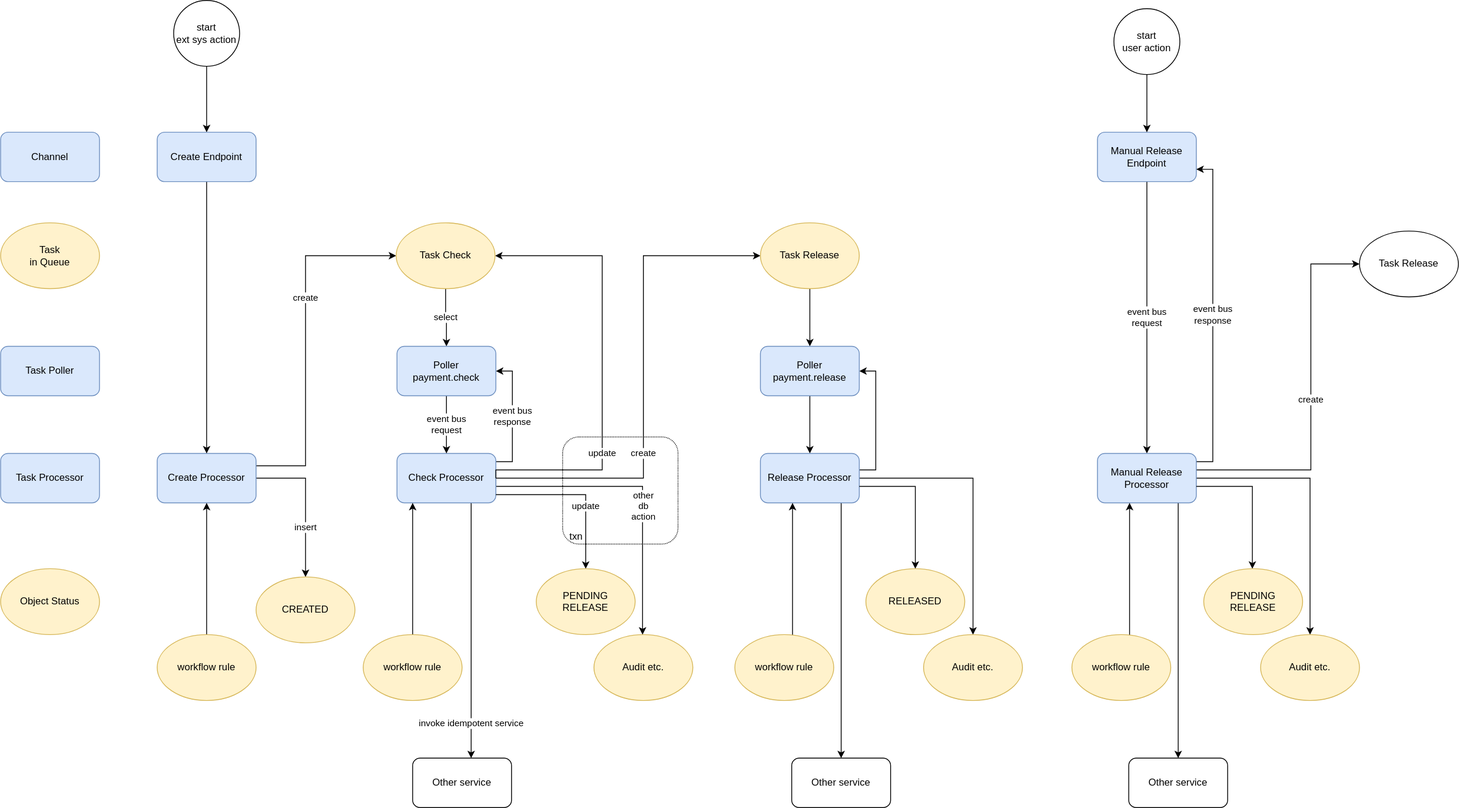
The draw.io diagram workflow-engine.drawio.svg in colinzhu/colinzhu.github.io, before a commit. Source tidied: cells renumbered, new cells last; positions are measured from the earlier drawing's top-left corner, leaving out a move shared by most shapes.
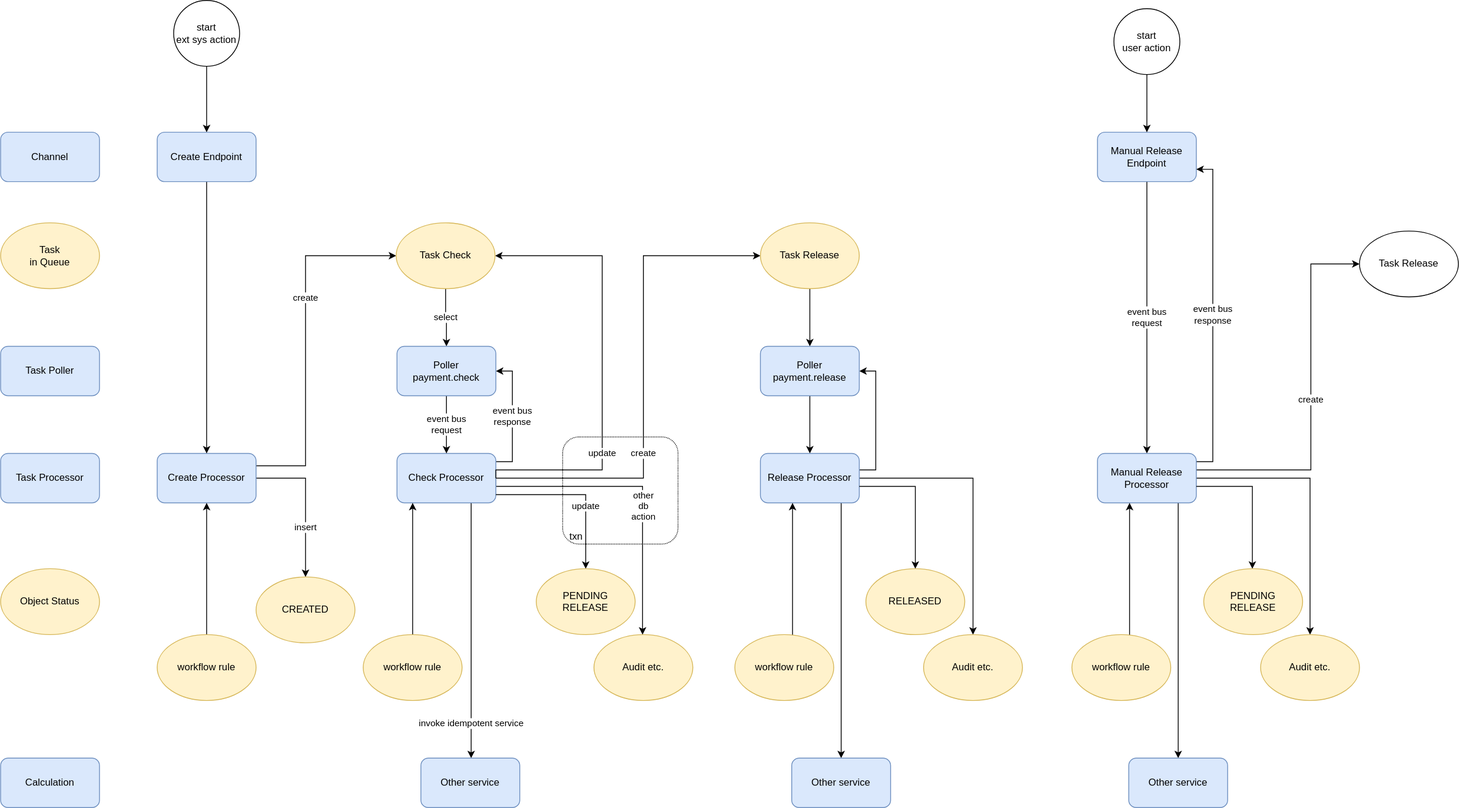
After the commit.

What changed in the source:
```diff
@@ -143,8 +143,8 @@
     <mxCell id="30" value="start&lt;br&gt;ext sys action" style="ellipse;whiteSpace=wrap;html=1;" parent="1" vertex="1">
       <mxGeometry x="210" width="80" height="80" as="geometry" />
     </mxCell>
-    <mxCell id="31" value="Other service" style="rounded=1;whiteSpace=wrap;html=1;" parent="1" vertex="1">
-      <mxGeometry x="500" y="920" width="120" height="60" as="geometry" />
+    <mxCell id="31" value="Other service" style="rounded=1;whiteSpace=wrap;html=1;fillColor=#dae8fc;strokeColor=#6c8ebf;" parent="1" vertex="1">
+      <mxGeometry x="510" y="920" width="120" height="60" as="geometry" />
     </mxCell>
     <mxCell id="32" style="edgeStyle=orthogonalEdgeStyle;rounded=0;jettySize=auto;html=1;" parent="1" edge="1" source="15" target="60">
       <mxGeometry relative="1" as="geometry">
@@ -153,7 +153,7 @@
         </Array>
       </mxGeometry>
     </mxCell>
-    <mxCell id="33" value="Other service" style="rounded=1;whiteSpace=wrap;html=1;" parent="1" vertex="1">
+    <mxCell id="33" value="Other service" style="rounded=1;whiteSpace=wrap;html=1;fillColor=#dae8fc;strokeColor=#6c8ebf;" parent="1" vertex="1">
       <mxGeometry x="960" y="920" width="120" height="60" as="geometry" />
     </mxCell>
     <mxCell id="34" style="edgeStyle=orthogonalEdgeStyle;rounded=0;jettySize=auto;html=1;" parent="1" edge="1" source="35" target="15">
@@ -219,7 +219,7 @@
         </Array>
       </mxGeometry>
     </mxCell>
-    <mxCell id="47" value="Other service" style="rounded=1;whiteSpace=wrap;html=1;" parent="1" vertex="1">
+    <mxCell id="47" value="Other service" style="rounded=1;whiteSpace=wrap;html=1;fillColor=#dae8fc;strokeColor=#6c8ebf;" parent="1" vertex="1">
       <mxGeometry x="1369" y="920" width="120" height="60" as="geometry" />
     </mxCell>
     <mxCell id="48" style="edgeStyle=orthogonalEdgeStyle;rounded=0;jettySize=auto;html=1;" parent="1" edge="1" source="49" target="45">
@@ -275,5 +275,8 @@
     <mxCell id="63" value="Audit etc." style="ellipse;whiteSpace=wrap;html=1;fillColor=#fff2cc;strokeColor=#d6b656;" parent="1" vertex="1">
       <mxGeometry x="1529" y="770" width="120" height="80" as="geometry" />
     </mxCell>
+    <mxCell id="64" value="Calculation" style="rounded=1;whiteSpace=wrap;html=1;fillColor=#dae8fc;strokeColor=#6c8ebf;" parent="1" vertex="1">
+      <mxGeometry y="920" width="120" height="60" as="geometry" />
+    </mxCell>
   </root>
 </mxGraphModel>
```
